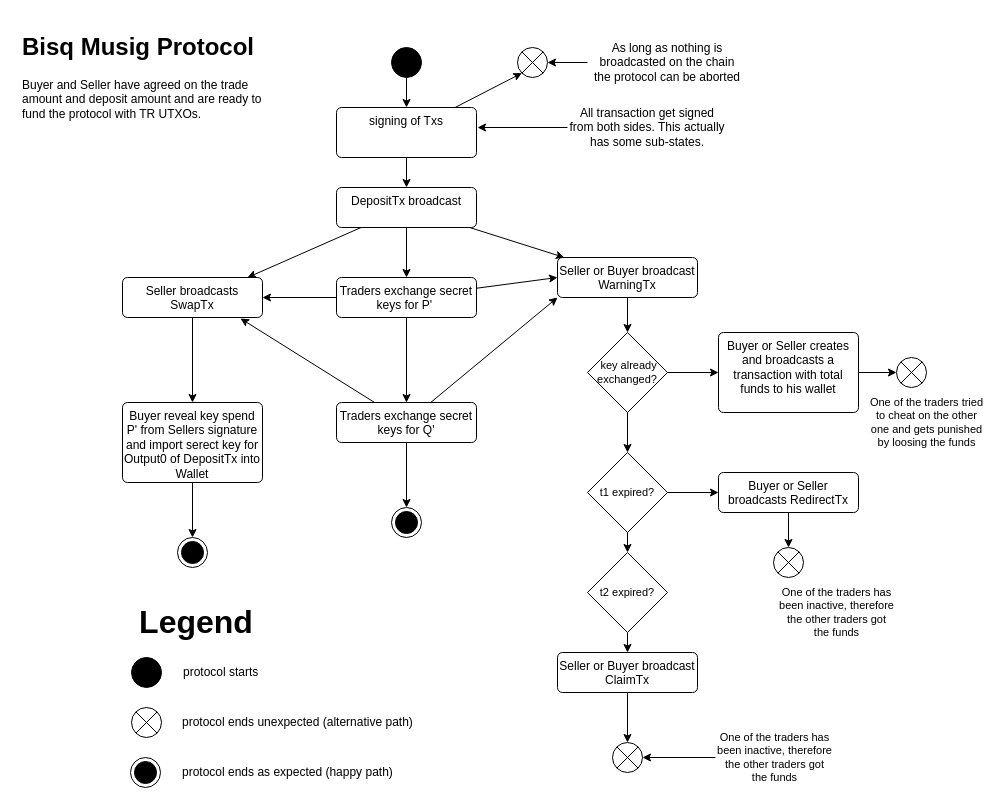
This is concept/StateMachine.drawio from namloan/bisq-musig, a draw.io file, before an edit. Source tidied: cells renumbered, new cells numbered last; positions are measured from the earlier drawing's top-left corner, leaving out a move shared by most shapes. Both pictures are drawn from the tidied source at 100%, with x=0, y=0 at pixel (17, 27).
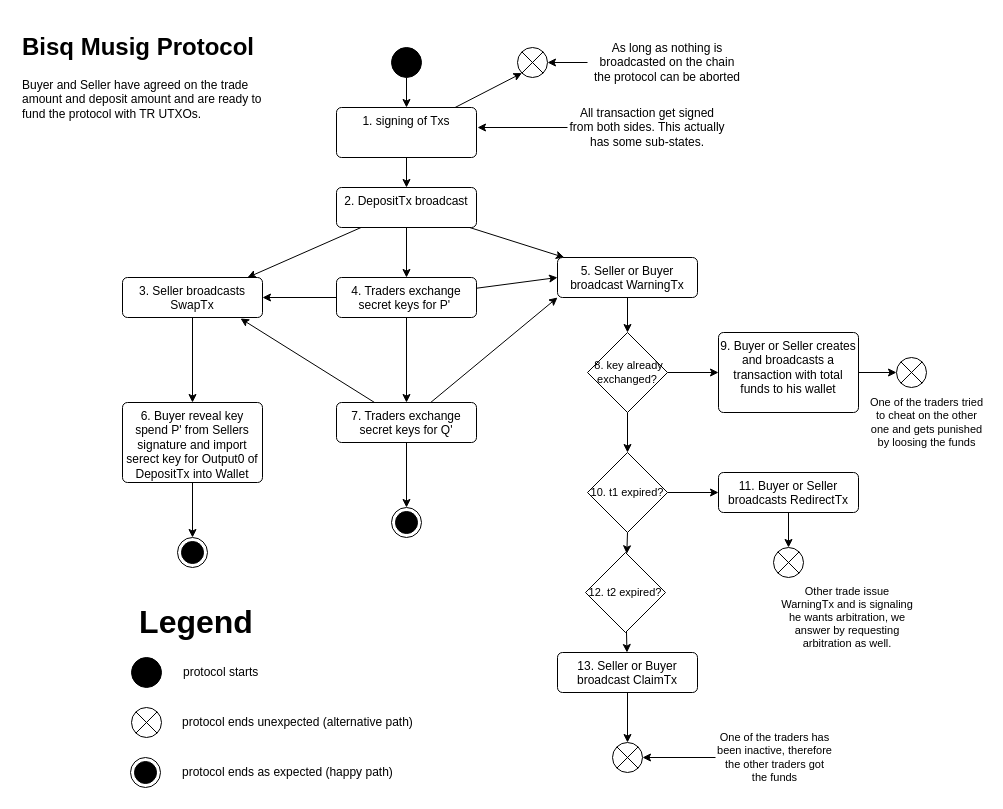
The same page after the edit.

What changed in the source:
```diff
@@
-    <mxCell id="6" value="signing of Txs" style="html=1;align=center;verticalAlign=top;rounded=1;absoluteArcSize=1;arcSize=10;dashed=0;whiteSpace=wrap;" parent="1" vertex="1">
+    <mxCell id="6" value="1. signing of Txs" style="html=1;align=center;verticalAlign=top;rounded=1;absoluteArcSize=1;arcSize=10;dashed=0;whiteSpace=wrap;" parent="1" vertex="1">
       <mxGeometry x="319" y="80" width="140" height="50" as="geometry" />
     </mxCell>
@@
-    <mxCell id="11" value="DepositTx broadcast" style="html=1;align=center;verticalAlign=top;rounded=1;absoluteArcSize=1;arcSize=10;dashed=0;whiteSpace=wrap;" parent="1" vertex="1">
+    <mxCell id="11" value="2. DepositTx broadcast" style="html=1;align=center;verticalAlign=top;rounded=1;absoluteArcSize=1;arcSize=10;dashed=0;whiteSpace=wrap;" parent="1" vertex="1">
       <mxGeometry x="319" y="160" width="140" height="40" as="geometry" />
     </mxCell>
@@
-    <mxCell id="17" value="Seller broadcasts SwapTx" style="html=1;align=center;verticalAlign=top;rounded=1;absoluteArcSize=1;arcSize=10;dashed=0;whiteSpace=wrap;" parent="1" vertex="1">
+    <mxCell id="17" value="3. Seller broadcasts SwapTx" style="html=1;align=center;verticalAlign=top;rounded=1;absoluteArcSize=1;arcSize=10;dashed=0;whiteSpace=wrap;" parent="1" vertex="1">
       <mxGeometry x="105" y="250" width="140" height="40" as="geometry" />
     </mxCell>
@@
-    <mxCell id="20" value="Buyer reveal key spend P' from Sellers signature and import serect key for Output0 of DepositTx into Wallet" style="html=1;align=center;verticalAlign=top;rounded=1;absoluteArcSize=1;arcSize=10;dashed=0;whiteSpace=wrap;" parent="1" vertex="1">
+    <mxCell id="20" value="6. Buyer reveal key spend P' from Sellers signature and import serect key for Output0 of DepositTx into Wallet" style="html=1;align=center;verticalAlign=top;rounded=1;absoluteArcSize=1;arcSize=10;dashed=0;whiteSpace=wrap;" parent="1" vertex="1">
       <mxGeometry x="105" y="375" width="140" height="80" as="geometry" />
     </mxCell>
@@
-    <mxCell id="25" value="Traders exchange secret keys for P'&amp;nbsp;" style="html=1;align=center;verticalAlign=top;rounded=1;absoluteArcSize=1;arcSize=10;dashed=0;whiteSpace=wrap;" parent="1" vertex="1">
+    <mxCell id="25" value="4. Traders exchange secret keys for P'&amp;nbsp;" style="html=1;align=center;verticalAlign=top;rounded=1;absoluteArcSize=1;arcSize=10;dashed=0;whiteSpace=wrap;" parent="1" vertex="1">
       <mxGeometry x="319" y="250" width="140" height="40" as="geometry" />
     </mxCell>
@@
-    <mxCell id="28" value="Seller or Buyer broadcast WarningTx" style="html=1;align=center;verticalAlign=top;rounded=1;absoluteArcSize=1;arcSize=10;dashed=0;whiteSpace=wrap;" parent="1" vertex="1">
+    <mxCell id="28" value="5. Seller or Buyer broadcast WarningTx" style="html=1;align=center;verticalAlign=top;rounded=1;absoluteArcSize=1;arcSize=10;dashed=0;whiteSpace=wrap;" parent="1" vertex="1">
       <mxGeometry x="540" y="230" width="140" height="40" as="geometry" />
     </mxCell>
@@
-    <mxCell id="30" value="Seller or Buyer broadcast ClaimTx" style="html=1;align=center;verticalAlign=top;rounded=1;absoluteArcSize=1;arcSize=10;dashed=0;whiteSpace=wrap;" parent="1" vertex="1">
+    <mxCell id="30" value="13. Seller or Buyer broadcast ClaimTx" style="html=1;align=center;verticalAlign=top;rounded=1;absoluteArcSize=1;arcSize=10;dashed=0;whiteSpace=wrap;" parent="1" vertex="1">
       <mxGeometry x="540" y="625" width="140" height="40" as="geometry" />
     </mxCell>
@@
-    <mxCell id="34" value="Buyer or Seller creates and broadcasts a transaction with total funds to his wallet" style="html=1;align=center;verticalAlign=top;rounded=1;absoluteArcSize=1;arcSize=10;dashed=0;whiteSpace=wrap;" parent="1" vertex="1">
+    <mxCell id="34" value="9. Buyer or Seller creates and broadcasts a transaction with total funds to his wallet" style="html=1;align=center;verticalAlign=top;rounded=1;absoluteArcSize=1;arcSize=10;dashed=0;whiteSpace=wrap;" parent="1" vertex="1">
       <mxGeometry x="701" y="305" width="140" height="80" as="geometry" />
     </mxCell>
@@
-    <mxCell id="37" value="Buyer or Seller broadcasts RedirectTx" style="html=1;align=center;verticalAlign=top;rounded=1;absoluteArcSize=1;arcSize=10;dashed=0;whiteSpace=wrap;" parent="1" vertex="1">
+    <mxCell id="37" value="11. Buyer or Seller broadcasts RedirectTx" style="html=1;align=center;verticalAlign=top;rounded=1;absoluteArcSize=1;arcSize=10;dashed=0;whiteSpace=wrap;" parent="1" vertex="1">
       <mxGeometry x="701" y="445" width="140" height="40" as="geometry" />
     </mxCell>
@@
-    <mxCell id="41" value="t2 expired?" style="rhombus;whiteSpace=wrap;html=1;fontSize=11;" parent="1" vertex="1">
-      <mxGeometry x="570" y="525" width="80" height="80" as="geometry" />
+    <mxCell id="41" value="12. t2 expired?" style="rhombus;whiteSpace=wrap;html=1;fontSize=11;" parent="1" vertex="1">
+      <mxGeometry x="568" y="525" width="80" height="80" as="geometry" />
     </mxCell>
-    <mxCell id="42" value="&amp;nbsp;key already exchanged?" style="rhombus;whiteSpace=wrap;html=1;fontSize=11;" parent="1" vertex="1">
+    <mxCell id="42" value="&amp;nbsp;8. key already exchanged?" style="rhombus;whiteSpace=wrap;html=1;fontSize=11;" parent="1" vertex="1">
       <mxGeometry x="570" y="305" width="80" height="80" as="geometry" />
     </mxCell>
-    <mxCell id="43" value="t1 expired?" style="rhombus;whiteSpace=wrap;html=1;fontSize=11;" parent="1" vertex="1">
+    <mxCell id="43" value="10. t1 expired?" style="rhombus;whiteSpace=wrap;html=1;fontSize=11;" parent="1" vertex="1">
       <mxGeometry x="570" y="425" width="80" height="80" as="geometry" />
     </mxCell>
@@
-    <mxCell id="47" value="Traders exchange secret keys for Q'" style="html=1;align=center;verticalAlign=top;rounded=1;absoluteArcSize=1;arcSize=10;dashed=0;whiteSpace=wrap;" parent="1" vertex="1">
+    <mxCell id="47" value="7. Traders exchange secret keys for Q'" style="html=1;align=center;verticalAlign=top;rounded=1;absoluteArcSize=1;arcSize=10;dashed=0;whiteSpace=wrap;" parent="1" vertex="1">
       <mxGeometry x="319" y="375" width="140" height="40" as="geometry" />
     </mxCell>
@@
-    <mxCell id="59" value="One of the traders has been inactive, therefore the other traders got the funds" style="text;html=1;strokeColor=none;fillColor=none;align=center;verticalAlign=middle;whiteSpace=wrap;rounded=0;fontSize=11;fontFamily=Helvetica;fontColor=default;" parent="1" vertex="1">
-      <mxGeometry x="760" y="550" width="119" height="70" as="geometry" />
+    <mxCell id="59" value="Other trade issue WarningTx and is signaling he wants arbitration, we answer by requesting arbitration as well." style="text;html=1;strokeColor=none;fillColor=none;align=center;verticalAlign=middle;whiteSpace=wrap;rounded=0;fontSize=11;fontFamily=Helvetica;fontColor=default;" parent="1" vertex="1">
+      <mxGeometry x="760" y="550" width="140" height="80" as="geometry" />
     </mxCell>
```
